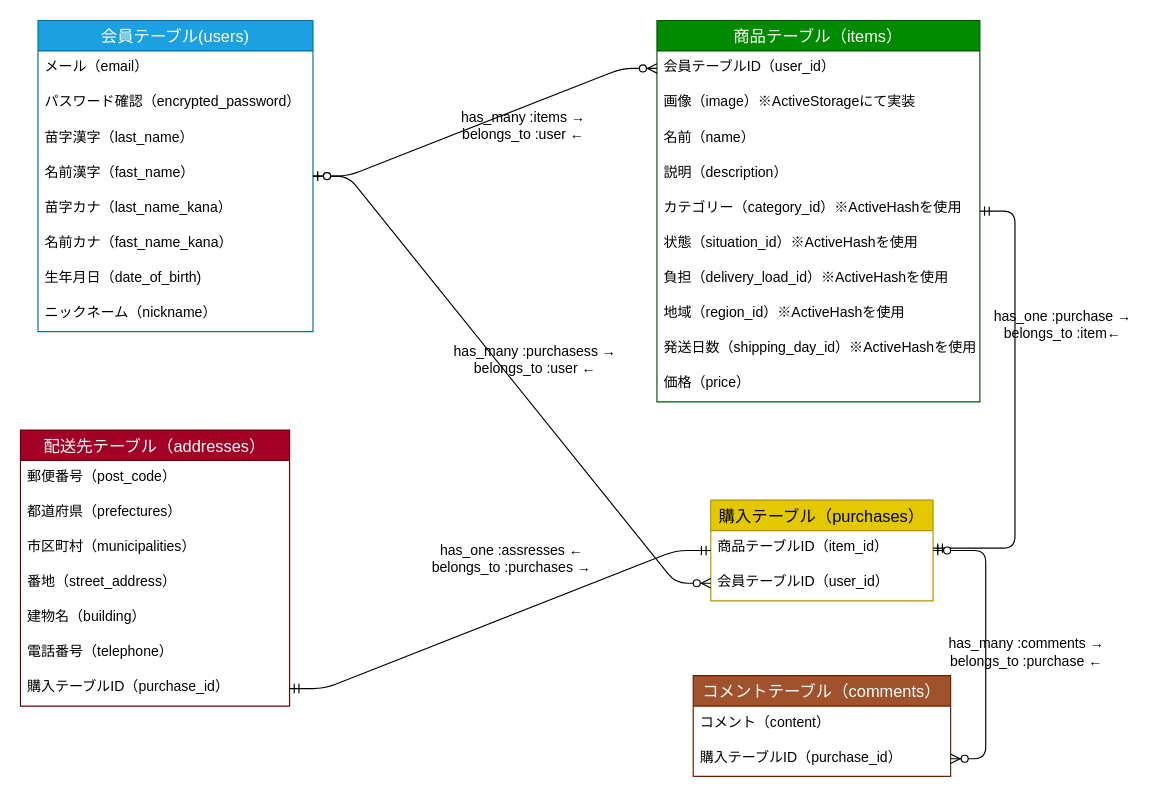
This is furima.dio from soushi0126/furima-39772, a draw.io file, before an edit. Source tidied: cells renumbered, new cells numbered last; positions are measured from the earlier drawing's top-left corner, leaving out a move shared by most shapes. Both pictures are drawn from the tidied source at 117%, with x=0, y=0 at pixel (20, 20).
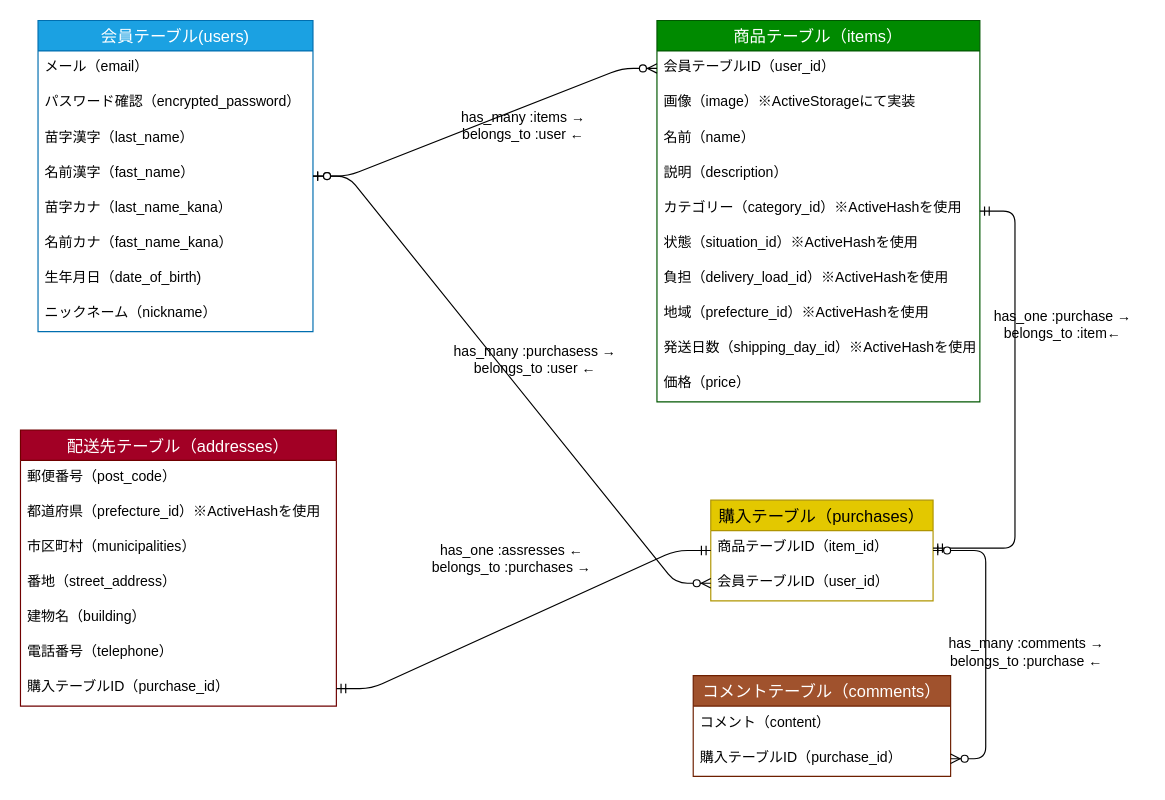
The same page after the edit.

Commit message (it also covers changes not shown here):
データベース設計の修正

Unchanged cells that the change refers to:
```xml
<mxCell id="11" value="商品テーブル（items）" style="swimlane;fontStyle=0;horizontal=1;startSize=26;align=center;fontSize=14;fillColor=#008a00;fontColor=#ffffff;strokeColor=#005700;" parent="1" vertex="1">
  <mxGeometry x="544" width="276" height="326" as="geometry" />
</mxCell>
```

Change to the diagram source:
```diff
@@
-    <mxCell id="19" value="地域（region_id）※ActiveHashを使用" style="text;strokeColor=none;fillColor=none;spacingLeft=4;spacingRight=4;overflow=hidden;fontSize=12;" parent="11" vertex="1">
+    <mxCell id="19" value="地域（prefecture_id）※ActiveHashを使用" style="text;strokeColor=none;fillColor=none;spacingLeft=4;spacingRight=4;overflow=hidden;fontSize=12;" parent="11" vertex="1">
       <mxGeometry y="236" width="276" height="30" as="geometry" />
     </mxCell>
@@
     <mxCell id="28" value="配送先テーブル（addresses）" style="swimlane;fontStyle=0;horizontal=1;startSize=26;align=center;fontSize=14;fillColor=#a20025;fontColor=#ffffff;strokeColor=#6F0000;" parent="1" vertex="1">
-      <mxGeometry y="350" width="230" height="236" as="geometry" />
+      <mxGeometry y="350" width="270" height="236" as="geometry" />
     </mxCell>
     <mxCell id="29" value="郵便番号（post_code）" style="text;strokeColor=none;fillColor=none;spacingLeft=4;spacingRight=4;overflow=hidden;fontSize=12;" parent="28" vertex="1">
-      <mxGeometry y="26" width="230" height="30" as="geometry" />
+      <mxGeometry y="26" width="270" height="30" as="geometry" />
     </mxCell>
-    <mxCell id="30" value="都道府県（prefectures）" style="text;strokeColor=none;fillColor=none;spacingLeft=4;spacingRight=4;overflow=hidden;fontSize=12;" parent="28" vertex="1">
-      <mxGeometry y="56" width="230" height="30" as="geometry" />
+    <mxCell id="30" value="都道府県（prefecture_id）※ActiveHashを使用" style="text;strokeColor=none;fillColor=none;spacingLeft=4;spacingRight=4;overflow=hidden;fontSize=12;" parent="28" vertex="1">
+      <mxGeometry y="56" width="270" height="30" as="geometry" />
     </mxCell>
     <mxCell id="31" value="市区町村（municipalities）" style="text;strokeColor=none;fillColor=none;spacingLeft=4;spacingRight=4;overflow=hidden;fontSize=12;" parent="28" vertex="1">
-      <mxGeometry y="86" width="230" height="30" as="geometry" />
+      <mxGeometry y="86" width="270" height="30" as="geometry" />
     </mxCell>
     <mxCell id="32" value="番地（street_address）" style="text;strokeColor=none;fillColor=none;spacingLeft=4;spacingRight=4;overflow=hidden;fontSize=12;" parent="28" vertex="1">
-      <mxGeometry y="116" width="230" height="30" as="geometry" />
+      <mxGeometry y="116" width="270" height="30" as="geometry" />
     </mxCell>
     <mxCell id="33" value="建物名（building）" style="text;strokeColor=none;fillColor=none;spacingLeft=4;spacingRight=4;overflow=hidden;fontSize=12;" parent="28" vertex="1">
-      <mxGeometry y="146" width="230" height="30" as="geometry" />
+      <mxGeometry y="146" width="270" height="30" as="geometry" />
     </mxCell>
     <mxCell id="34" value="電話番号（telephone）" style="text;strokeColor=none;fillColor=none;spacingLeft=4;spacingRight=4;overflow=hidden;fontSize=12;" parent="28" vertex="1">
-      <mxGeometry y="176" width="230" height="30" as="geometry" />
+      <mxGeometry y="176" width="270" height="30" as="geometry" />
     </mxCell>
     <mxCell id="35" value="購入テーブルID（purchase_id）" style="text;strokeColor=none;fillColor=none;spacingLeft=4;spacingRight=4;overflow=hidden;points=[[0,0.5],[1,0.5]];portConstraint=eastwest;fontSize=12;" parent="28" vertex="1">
-      <mxGeometry y="206" width="230" height="30" as="geometry" />
+      <mxGeometry y="206" width="270" height="30" as="geometry" />
     </mxCell>
```
